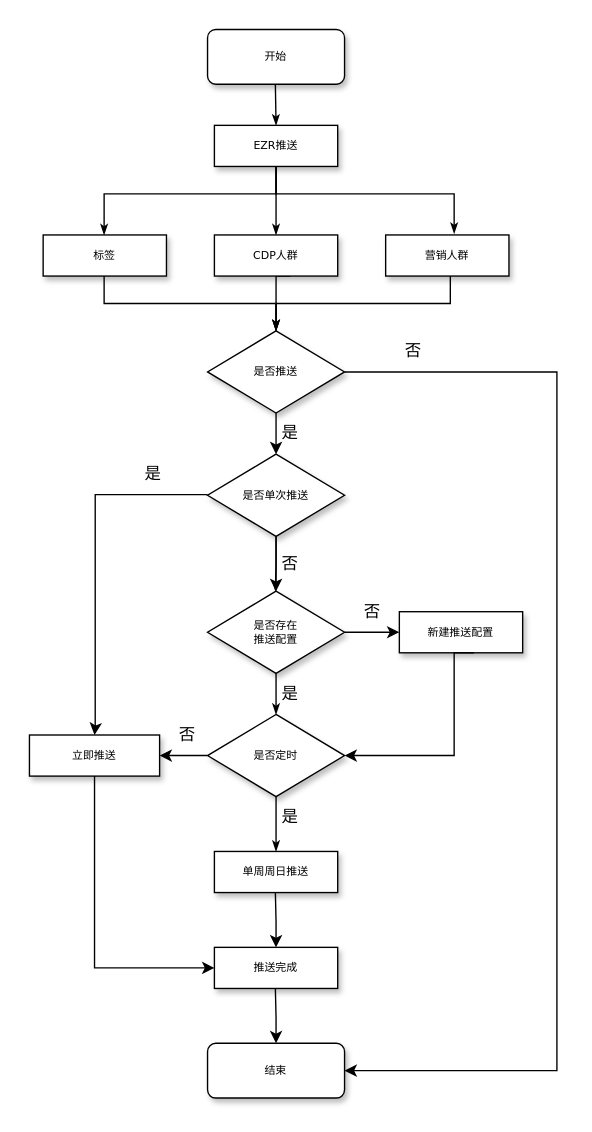
The draw.io diagram 南讯流程图.drawio in natyuen/huatu, before the edit. Source tidied: cells renumbered, new cells numbered last; positions are measured from the earlier drawing's top-left corner, leaving out a move shared by most shapes. Both pictures are drawn from the tidied source at 137%, with x=0, y=0 at pixel (-122, 29).
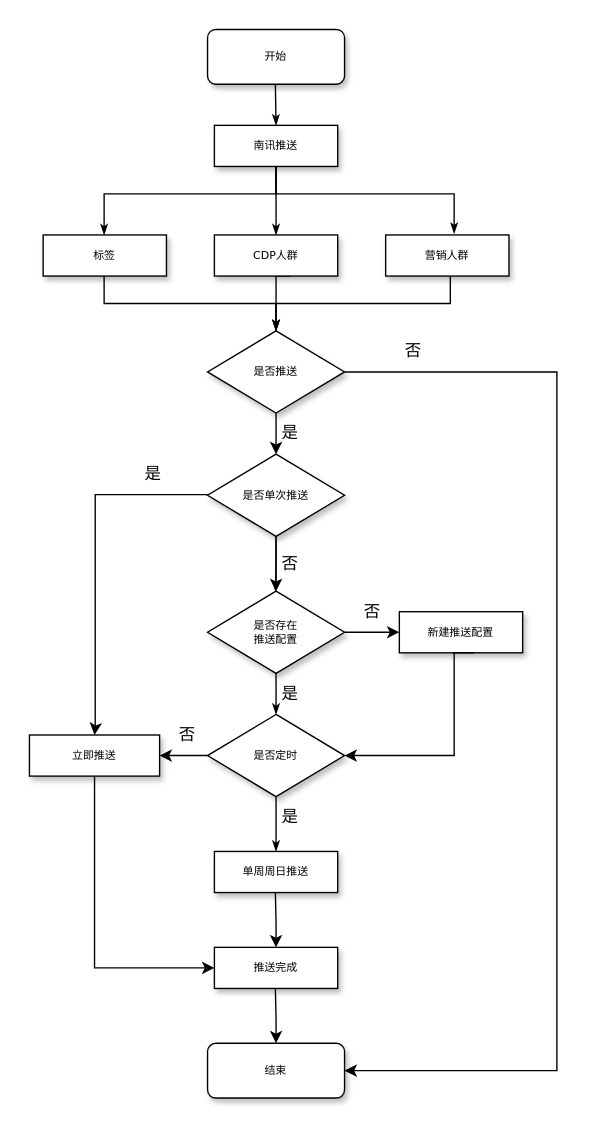
The same page after the edit.

Commit message:
更新南讯流程图.drawio

Change to the diagram source:
```diff
@@
-    <mxCell id="3" value="EZR推送" style="rounded=0;whiteSpace=wrap;html=1;shadow=1;labelBackgroundColor=none;strokeWidth=1;fontFamily=Verdana;fontSize=8;align=center;" parent="1" vertex="1">
+    <mxCell id="3" value="南讯推送" style="rounded=0;whiteSpace=wrap;html=1;shadow=1;labelBackgroundColor=none;strokeWidth=1;fontFamily=Verdana;fontSize=8;align=center;" parent="1" vertex="1">
       <mxGeometry x="245" y="70" width="90" height="30" as="geometry" />
     </mxCell>
```
